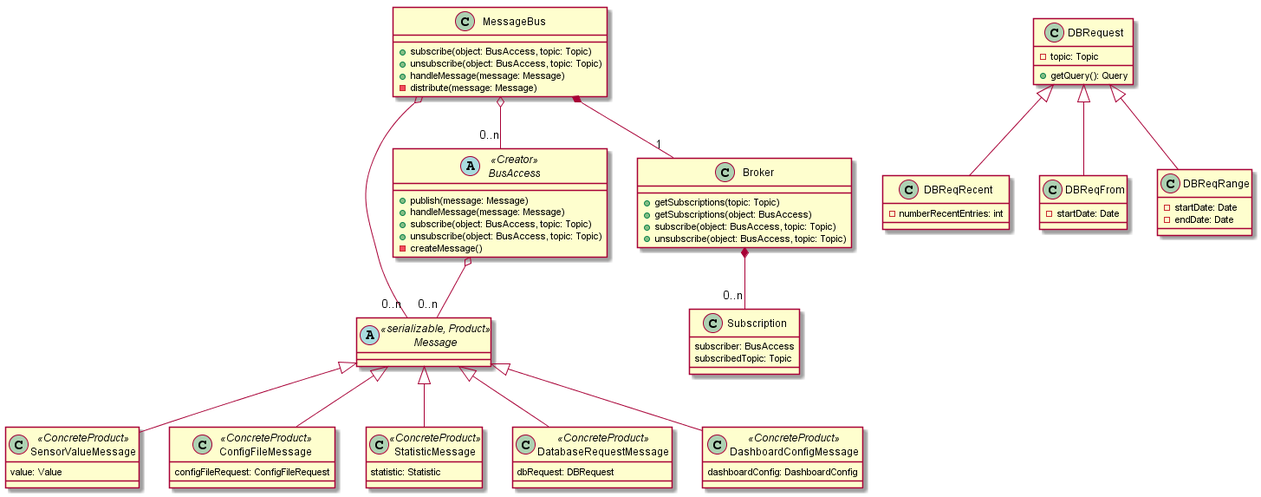
Earlier version of the PlantUML export Entwurf/diagrams/Bus.png (uzdry/PSE).
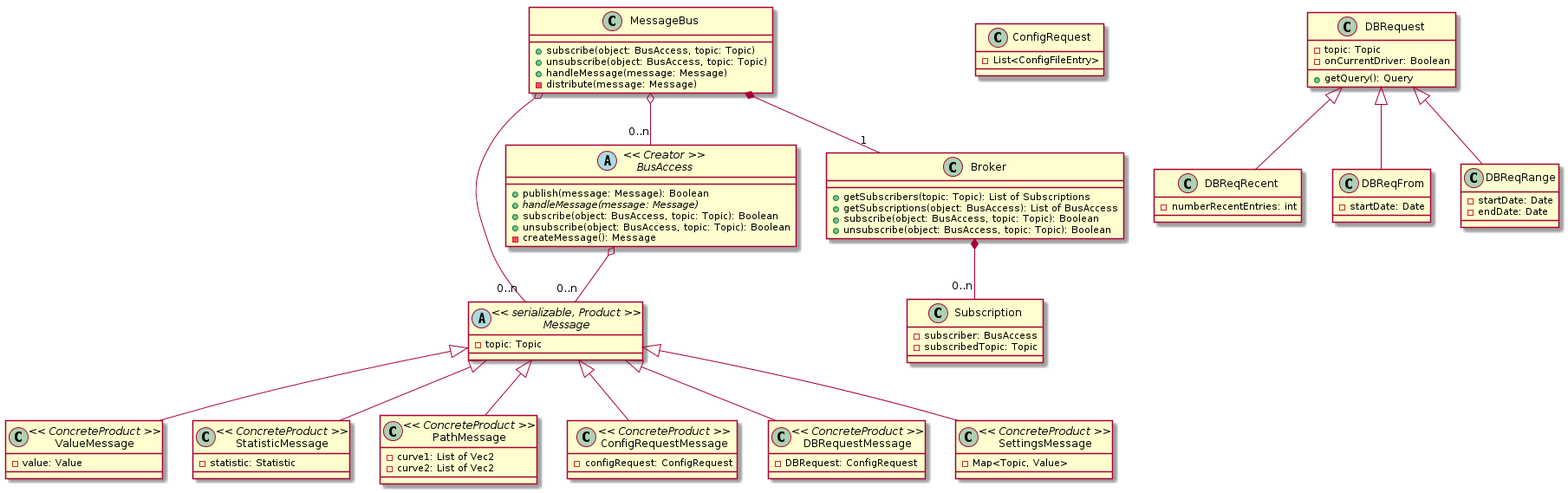
Above is the later version.

The edit, as a diff of the source:
```diff
@@ -1,74 +1,75 @@
 @startuml
 
 abstract class  Message << serializable, Product >> {
+	-topic: Topic
 }
 
-class SensorValueMessage << ConcreteProduct >> {
-	value: Value
+class ValueMessage << ConcreteProduct >> extends Message {
+	-value: Value
 }
 
-class ConfigFileMessage << ConcreteProduct >> extends Message {
-configFileRequest: ConfigFileRequest
+class StatisticMessage << ConcreteProduct >> extends Message {
+	-statistic: Statistic
 }
 
-class StatisticMessage << ConcreteProduct >> {
-	statistic: Statistic
+class PathMessage << ConcreteProduct >> extends Message {
+	-curve1: List of Vec2
+	-curve2: List of Vec2
 }
 
-class DatabaseRequestMessage <<ConcreteProduct >> {
-	dbRequest: DBRequest
+class ConfigRequestMessage << ConcreteProduct >> extends Message {
+	-configRequest: ConfigRequest
 }
 
-class DashboardConfigMessage << ConcreteProduct >> {
-	dashboardConfig: DashboardConfig
+class DBRequestMessage << ConcreteProduct >> extends Message {
+	-DBRequest: ConfigRequest
+}
+
+class SettingsMessage << ConcreteProduct >> extends Message {
+	-Map<Topic, Value>
+}
+
+class ConfigRequest {
+	-List<ConfigFileEntry>
 }
 
 class DBRequest {
 	-topic: Topic
+	-onCurrentDriver: Boolean
 	+getQuery(): Query
 }
 
-class DBReqRecent {
+class DBReqRecent extends DBRequest {
 	-numberRecentEntries: int
 }
 
-class DBReqFrom {
+class DBReqFrom extends DBRequest {
 	-startDate: Date
 }
 
-class DBReqRange {
+class DBReqRange extends DBRequest {
 	-startDate: Date
 	-endDate: Date
 }
 
-Message <|-- SensorValueMessage
-Message <|-- StatisticMessage
-Message <|-- DashboardConfigMessage
-Message <|-- DatabaseRequestMessage
-
-DBRequest <|-- DBReqRecent
-DBRequest <|-- DBReqFrom
-DBRequest <|-- DBReqRange
-
-
 abstract class BusAccess << Creator >> {
-	+publish(message: Message)
-	+handleMessage(message: Message)
-	+subscribe(object: BusAccess, topic: Topic)
-	+unsubscribe(object: BusAccess, topic: Topic)
-	-createMessage()
+	+publish(message: Message): Boolean
+	+{abstract}handleMessage(message: Message)
+	+subscribe(object: BusAccess, topic: Topic): Boolean
+	+unsubscribe(object: BusAccess, topic: Topic): Boolean
+	-createMessage(): Message
 }
 
 class Broker {
-	+getSubscriptions(topic: Topic)
-	+getSubscriptions(object: BusAccess)
-	+subscribe(object: BusAccess, topic: Topic)
-	+unsubscribe(object: BusAccess, topic: Topic)
+	+getSubscribers(topic: Topic): List of Subscriptions
+	+getSubscriptions(object: BusAccess): List of BusAccess
+	+subscribe(object: BusAccess, topic: Topic): Boolean
+	+unsubscribe(object: BusAccess, topic: Topic): Boolean
 }
 
 class Subscription {
-	subscriber: BusAccess
-	subscribedTopic: Topic
+	-subscriber: BusAccess
+	-subscribedTopic: Topic
 }
 
 class MessageBus {
```
